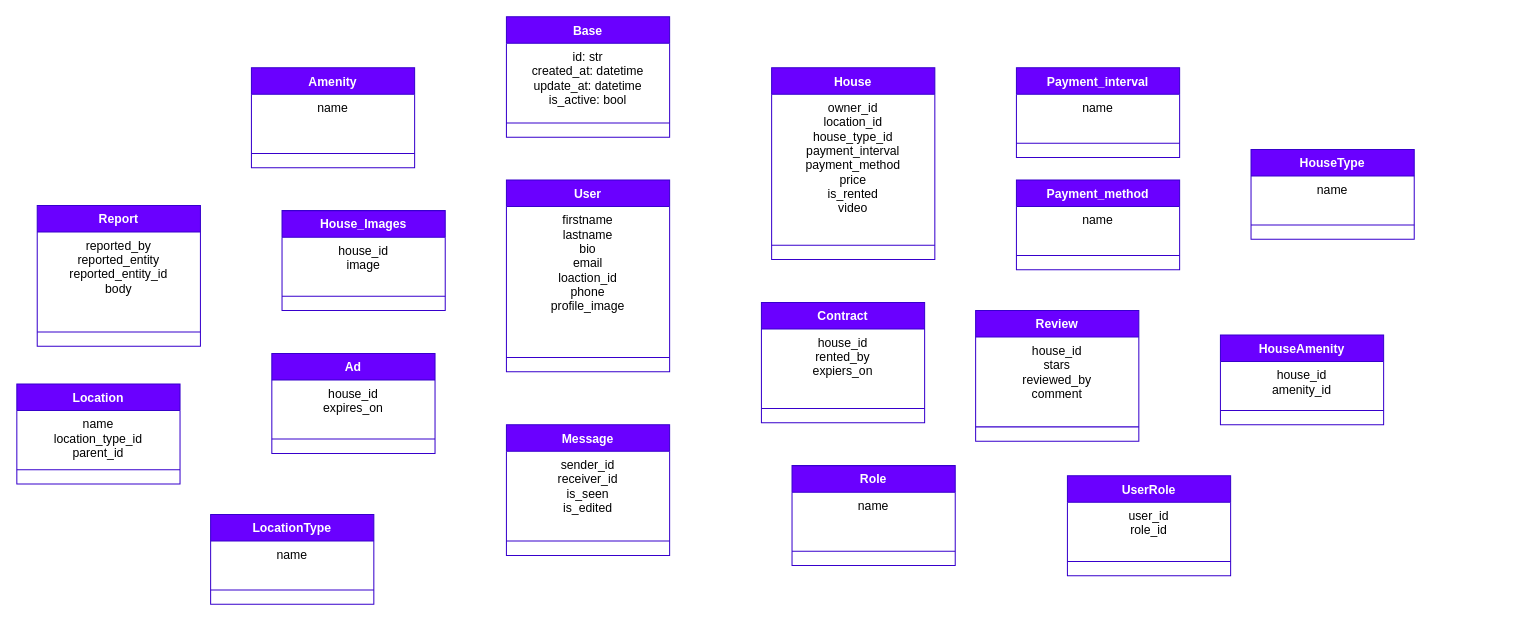
MicrQ/100DaysOfDjango keeps this draw.io diagram as RentBridge/rentbridge-db.dio. Above is the earlier version. Source tidied: cells renumbered, new cells numbered last; positions are measured from the earlier drawing's top-left corner, leaving out a move shared by most shapes. Both pictures are drawn from the tidied source at 102%, with x=0, y=0 at pixel (16, 16).
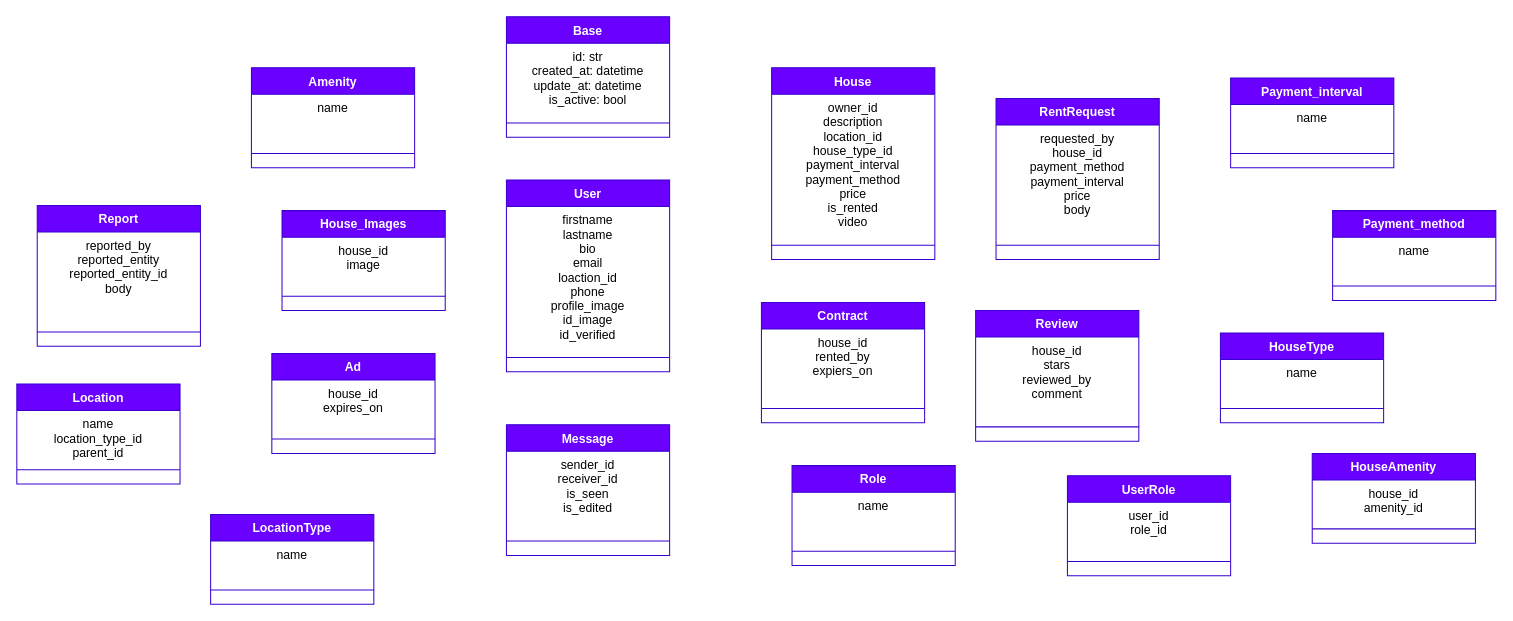
After the change.

Commit message:
rentbridge database design modified

The change refers to these unchanged cells:
```xml
<mxCell id="5" value="User" style="swimlane;fontStyle=1;align=center;verticalAlign=top;horizontal=1;startSize=26;fillColor=#6a00ff;fontColor=#ffffff;strokeColor=#3700CC;" parent="1" vertex="1">
  <mxGeometry x="480" y="160" width="160" height="188" as="geometry" />
</mxCell>
<mxCell id="8" value="House" style="swimlane;fontStyle=1;align=center;verticalAlign=top;horizontal=1;startSize=26;fillColor=#6a00ff;fontColor=#ffffff;strokeColor=#3700CC;" parent="1" vertex="1">
  <mxGeometry x="740" y="50" width="160" height="188" as="geometry" />
</mxCell>
```

What changed in the source:
```diff
@@
-    <mxCell id="6" value="firstname&#10;lastname&#10;bio&#10;email&#10;loaction_id&#10;phone&#10;profile_image&#10;" style="text;strokeColor=none;fillColor=none;align=center;verticalAlign=top;spacingLeft=4;spacingRight=4;overflow=hidden;" parent="5" vertex="1">
+    <mxCell id="6" value="firstname&#10;lastname&#10;bio&#10;email&#10;loaction_id&#10;phone&#10;profile_image&#10;id_image&#10;id_verified" style="text;strokeColor=none;fillColor=none;align=center;verticalAlign=top;spacingLeft=4;spacingRight=4;overflow=hidden;" parent="5" vertex="1">
       <mxGeometry y="26" width="160" height="134" as="geometry" />
     </mxCell>
@@
-    <mxCell id="9" value="owner_id&#10;location_id&#10;house_type_id&#10;payment_interval&#10;payment_method&#10;price&#10;is_rented&#10;video" style="text;strokeColor=none;fillColor=none;align=center;verticalAlign=top;spacingLeft=4;spacingRight=4;overflow=hidden;" parent="8" vertex="1">
+    <mxCell id="9" value="owner_id&#10;description&#10;location_id&#10;house_type_id&#10;payment_interval&#10;payment_method&#10;price&#10;is_rented&#10;video" style="text;strokeColor=none;fillColor=none;align=center;verticalAlign=top;spacingLeft=4;spacingRight=4;overflow=hidden;" parent="8" vertex="1">
       <mxGeometry y="26" width="160" height="134" as="geometry" />
     </mxCell>
@@
     <mxCell id="20" value="Payment_interval" style="swimlane;fontStyle=1;align=center;verticalAlign=top;horizontal=1;startSize=26;fillColor=#6a00ff;fontColor=#ffffff;strokeColor=#3700CC;" parent="1" vertex="1">
-      <mxGeometry x="980" y="50" width="160" height="88" as="geometry" />
+      <mxGeometry x="1190" y="60" width="160" height="88" as="geometry" />
     </mxCell>
@@
     <mxCell id="23" value="Payment_method" style="swimlane;fontStyle=1;align=center;verticalAlign=top;horizontal=1;startSize=26;fillColor=#6a00ff;fontColor=#ffffff;strokeColor=#3700CC;" parent="1" vertex="1">
-      <mxGeometry x="980" y="160" width="160" height="88" as="geometry" />
+      <mxGeometry x="1290" y="190" width="160" height="88" as="geometry" />
     </mxCell>
@@
     <mxCell id="44" value="HouseType" style="swimlane;fontStyle=1;align=center;verticalAlign=top;horizontal=1;startSize=26;fillColor=#6a00ff;fontColor=#ffffff;strokeColor=#3700CC;" parent="1" vertex="1">
-      <mxGeometry x="1210" y="130" width="160" height="88" as="geometry" />
+      <mxGeometry x="1180" y="310" width="160" height="88" as="geometry" />
     </mxCell>
@@
     <mxCell id="47" value="HouseAmenity" style="swimlane;fontStyle=1;align=center;verticalAlign=top;horizontal=1;startSize=26;fillColor=#6a00ff;fontColor=#ffffff;strokeColor=#3700CC;" parent="1" vertex="1">
-      <mxGeometry x="1180" y="312" width="160" height="88" as="geometry" />
+      <mxGeometry x="1270" y="428" width="160" height="88" as="geometry" />
     </mxCell>
@@
+    <mxCell id="56" value="RentRequest" style="swimlane;fontStyle=1;align=center;verticalAlign=top;horizontal=1;startSize=26;fillColor=#6a00ff;fontColor=#ffffff;strokeColor=#3700CC;" parent="1" vertex="1">
+      <mxGeometry x="960" y="80" width="160" height="158" as="geometry" />
+    </mxCell>
+    <mxCell id="57" value="requested_by&#10;house_id&#10;payment_method&#10;payment_interval&#10;price&#10;body" style="text;strokeColor=none;fillColor=none;align=center;verticalAlign=top;spacingLeft=4;spacingRight=4;overflow=hidden;" parent="56" vertex="1">
+      <mxGeometry y="26" width="160" height="104" as="geometry" />
+    </mxCell>
+    <mxCell id="58" style="line;strokeWidth=1;fillColor=none;align=left;verticalAlign=middle;spacingTop=-1;spacingLeft=3;spacingRight=3;labelPosition=right;strokeColor=inherit;" parent="56" vertex="1">
+      <mxGeometry y="130" width="160" height="28" as="geometry" />
+    </mxCell>
```
